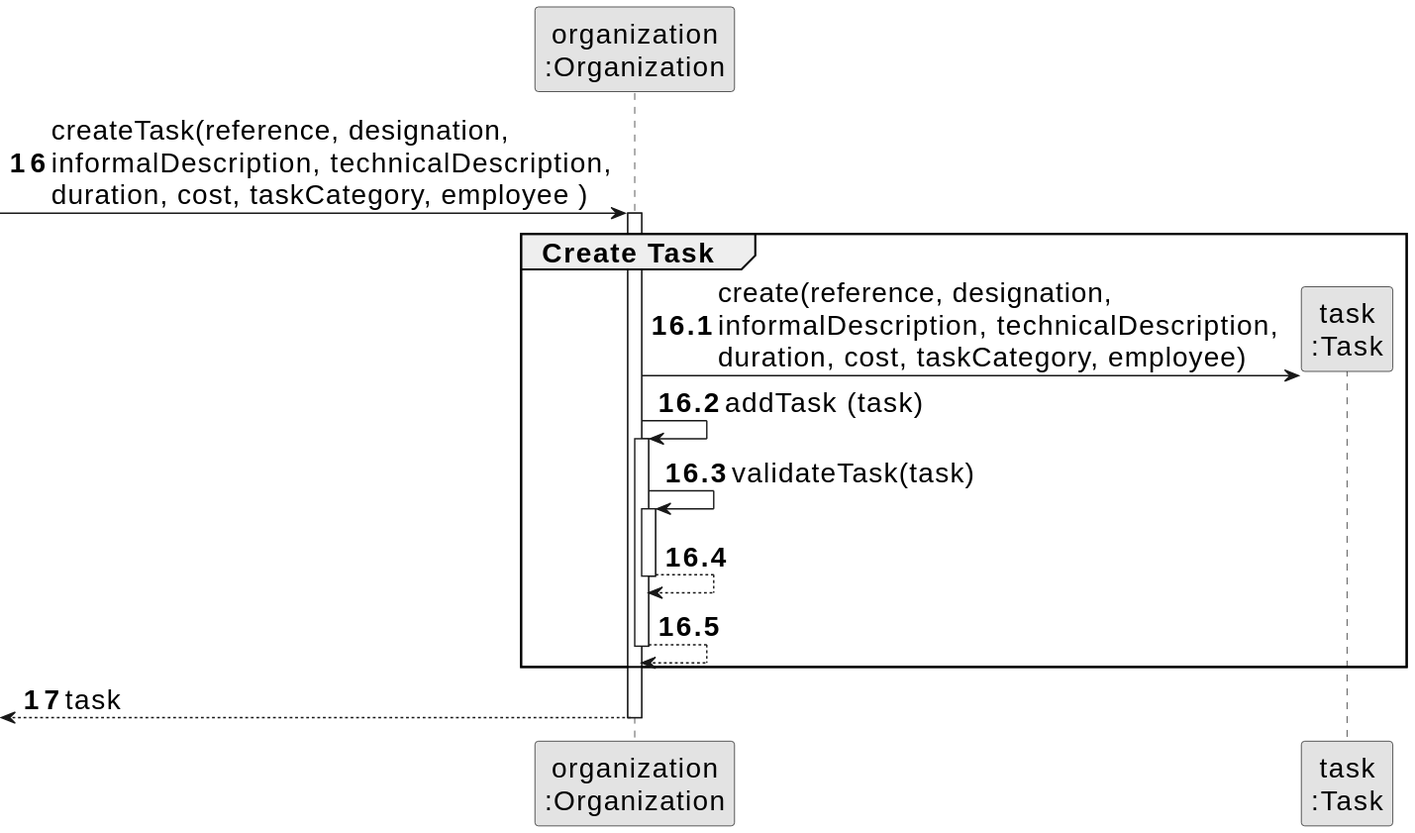
Above: docs/tp01/svg/uc6-sequence-diagram-create-task.svg in PureNimble/ISEP-LAPR2 (PlantUML), before the change.
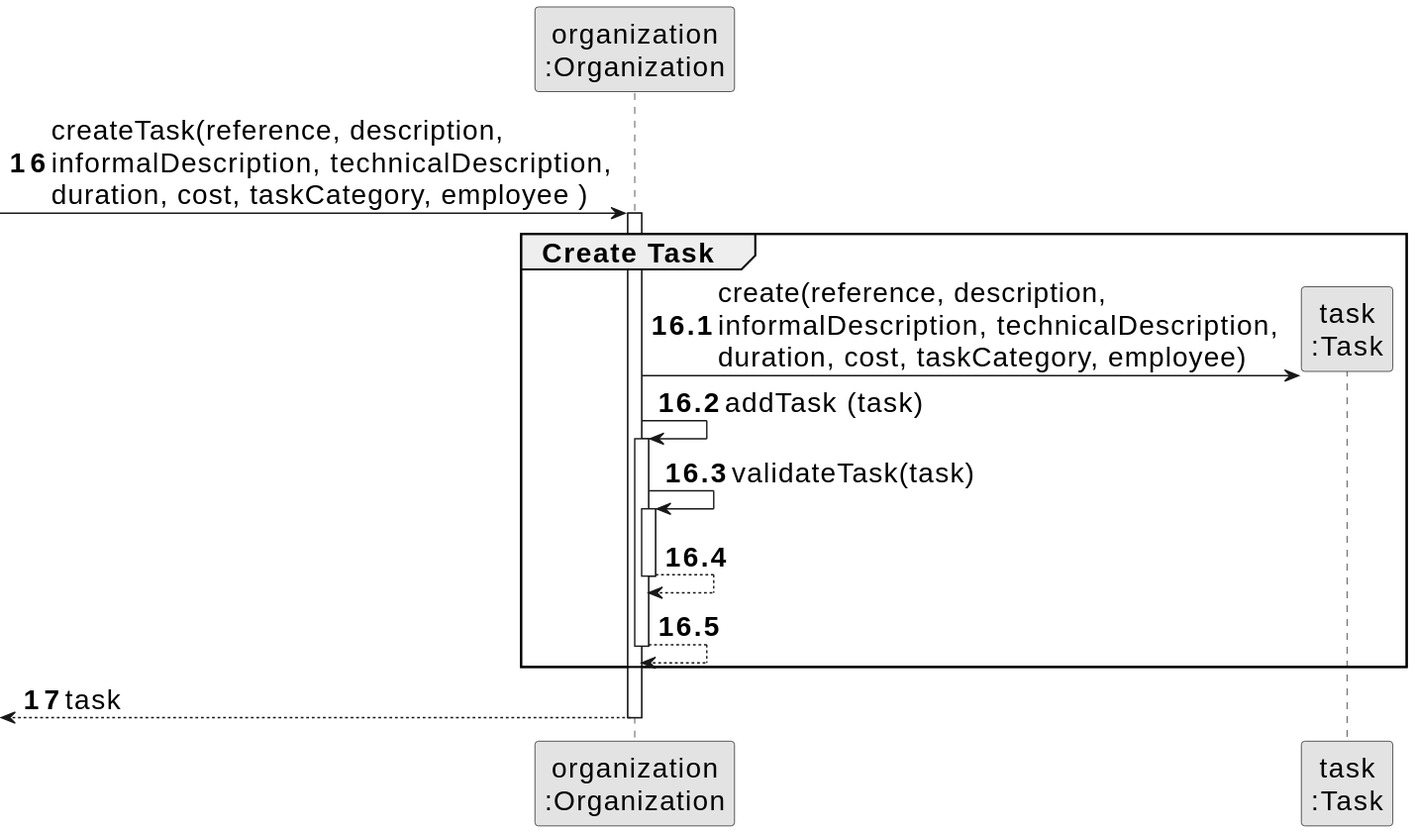
The same diagram one commit later.

Change to the diagram source:
```diff
@@ -8,13 +8,13 @@
 participant "task\n:Task" as TAREFA
 
 autonumber 16
--> ORG: createTask(reference, designation,\ninformalDescription, technicalDescription,\nduration, cost, taskCategory, employee )
+-> ORG: createTask(reference, description,\ninformalDescription, technicalDescription,\nduration, cost, taskCategory, employee )
 
 autonumber 16.1
 activate ORG
     group Create Task
 
-        ORG -> TAREFA**: create(reference, designation,\ninformalDescription, technicalDescription,\nduration, cost, taskCategory, employee)
+        ORG -> TAREFA**: create(reference, description,\ninformalDescription, technicalDescription,\nduration, cost, taskCategory, employee)
         ORG -> ORG: addTask (task)
 
         activate ORG
```
